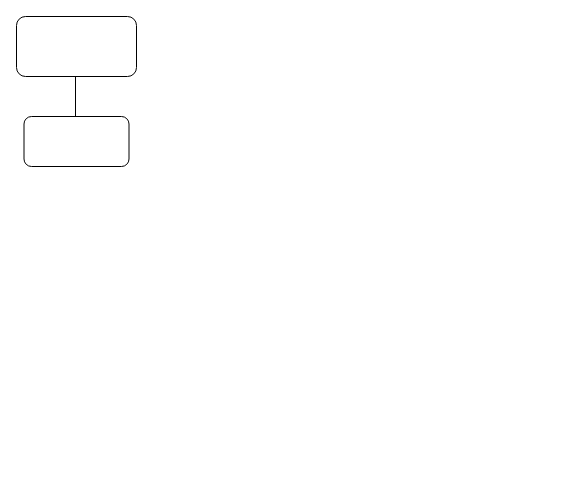
The draw.io diagram Untitled Diagram.drawio in TheFred94/thegame, before the edit. Source tidied: cells renumbered, new cells numbered last; positions are measured from the earlier drawing's top-left corner, leaving out a move shared by most shapes. Both pictures are drawn from the tidied source at 100%, with x=0, y=0 at pixel (16, 16).
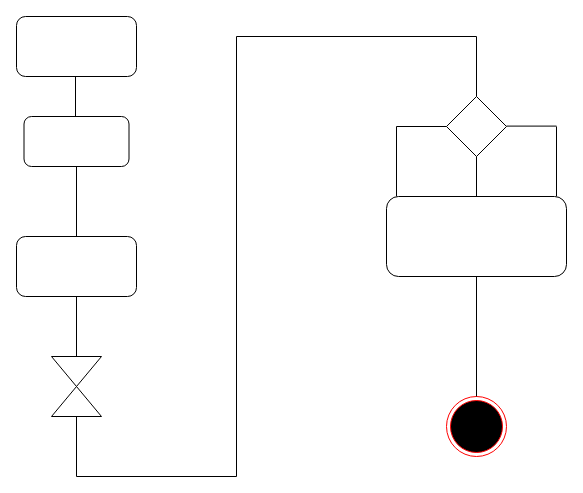
The same page after the edit.

The edit, as a diff of the source:
```diff
@@
+    <mxCell id="5" style="rounded=1;whiteSpace=wrap;html=1;" parent="1" vertex="1">
+      <mxGeometry y="220" width="120" height="60" as="geometry" />
+    </mxCell>
+    <mxCell id="6" style="endArrow=none;html=1;rounded=0;" parent="1" edge="1" source="5">
+      <mxGeometry relative="1" as="geometry">
+        <mxPoint x="60" y="150" as="targetPoint" />
+      </mxGeometry>
+    </mxCell>
+    <mxCell id="7" style="triangle;whiteSpace=wrap;html=1;direction=south;" parent="1" vertex="1">
+      <mxGeometry x="35" y="340" width="50" height="30" as="geometry" />
+    </mxCell>
+    <mxCell id="8" style="triangle;whiteSpace=wrap;html=1;direction=north;" parent="1" vertex="1">
+      <mxGeometry x="35" y="370" width="50" height="30" as="geometry" />
+    </mxCell>
+    <mxCell id="9" style="endArrow=none;html=1;rounded=0;exitX=0;exitY=0.5;exitDx=0;exitDy=0;entryX=0.5;entryY=1;entryDx=0;entryDy=0;" parent="1" edge="1" source="7" target="5">
+      <mxGeometry relative="1" as="geometry" />
+    </mxCell>
+    <mxCell id="10" style="endArrow=none;html=1;rounded=0;" parent="1" edge="1">
+      <mxGeometry relative="1" as="geometry">
+        <mxPoint x="60" y="460" as="sourcePoint" />
+        <mxPoint x="60" y="400" as="targetPoint" />
+      </mxGeometry>
+    </mxCell>
+    <mxCell id="11" style="endArrow=none;html=1;rounded=0;" parent="1" edge="1">
+      <mxGeometry relative="1" as="geometry">
+        <mxPoint x="60" y="460" as="sourcePoint" />
+        <mxPoint x="220" y="460" as="targetPoint" />
+      </mxGeometry>
+    </mxCell>
+    <mxCell id="12" style="endArrow=none;html=1;rounded=0;" parent="1" edge="1">
+      <mxGeometry relative="1" as="geometry">
+        <mxPoint x="220" y="460" as="sourcePoint" />
+        <mxPoint x="220" y="20" as="targetPoint" />
+      </mxGeometry>
+    </mxCell>
+    <mxCell id="13" style="endArrow=none;html=1;rounded=0;" parent="1" edge="1">
+      <mxGeometry relative="1" as="geometry">
+        <mxPoint x="220" y="20" as="sourcePoint" />
+        <mxPoint x="460" y="20" as="targetPoint" />
+      </mxGeometry>
+    </mxCell>
+    <mxCell id="14" style="rhombus;whiteSpace=wrap;html=1;" parent="1" vertex="1">
+      <mxGeometry x="430" y="80" width="60" height="60" as="geometry" />
+    </mxCell>
+    <mxCell id="15" style="endArrow=none;html=1;rounded=0;exitX=0.5;exitY=0;exitDx=0;exitDy=0;" parent="1" edge="1" source="14">
+      <mxGeometry relative="1" as="geometry">
+        <mxPoint x="460" y="20" as="targetPoint" />
+      </mxGeometry>
+    </mxCell>
+    <mxCell id="16" style="endArrow=none;html=1;rounded=0;" parent="1" edge="1">
+      <mxGeometry relative="1" as="geometry">
+        <mxPoint x="380" y="110" as="sourcePoint" />
+        <mxPoint x="430" y="110" as="targetPoint" />
+      </mxGeometry>
+    </mxCell>
+    <mxCell id="17" style="endArrow=none;html=1;rounded=0;" parent="1" edge="1">
+      <mxGeometry relative="1" as="geometry">
+        <mxPoint x="490" y="109.6" as="sourcePoint" />
+        <mxPoint x="540" y="109.6" as="targetPoint" />
+      </mxGeometry>
+    </mxCell>
+    <mxCell id="18" style="endArrow=none;html=1;rounded=0;exitX=0.5;exitY=1;exitDx=0;exitDy=0;" parent="1" edge="1" source="14">
+      <mxGeometry relative="1" as="geometry">
+        <mxPoint x="460" y="180" as="targetPoint" />
+      </mxGeometry>
+    </mxCell>
+    <mxCell id="19" style="endArrow=none;html=1;rounded=0;" parent="1" edge="1">
+      <mxGeometry relative="1" as="geometry">
+        <mxPoint x="540" y="110" as="sourcePoint" />
+        <mxPoint x="540" y="180" as="targetPoint" />
+      </mxGeometry>
+    </mxCell>
+    <mxCell id="20" style="endArrow=none;html=1;rounded=0;" parent="1" edge="1">
+      <mxGeometry relative="1" as="geometry">
+        <mxPoint x="380" y="110" as="sourcePoint" />
+        <mxPoint x="380" y="180" as="targetPoint" />
+      </mxGeometry>
+    </mxCell>
+    <mxCell id="21" style="rounded=1;whiteSpace=wrap;html=1;" parent="1" vertex="1">
+      <mxGeometry x="370" y="180" width="180" height="80" as="geometry" />
+    </mxCell>
+    <mxCell id="22" style="ellipse;html=1;shape=endState;fillColor=#000000;strokeColor=#ff0000;" parent="1" vertex="1">
+      <mxGeometry x="430" y="380" width="60" height="60" as="geometry" />
+    </mxCell>
+    <mxCell id="23" style="endArrow=none;html=1;rounded=0;exitX=0.5;exitY=0;exitDx=0;exitDy=0;" parent="1" edge="1" source="22">
+      <mxGeometry relative="1" as="geometry">
+        <mxPoint x="460" y="260" as="targetPoint" />
+      </mxGeometry>
+    </mxCell>
```
